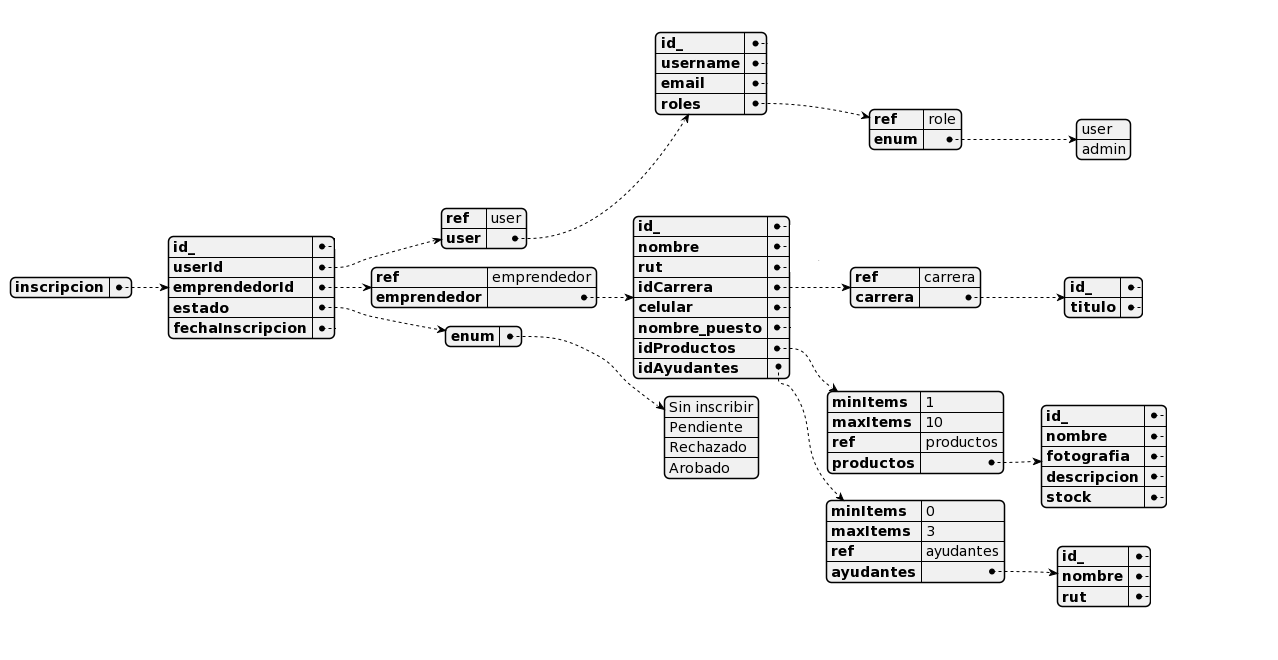
Before: backend/Diseño bdd inscripcion.png, a diagram exported from PlantUML (SanchezRene/Emprendedores-Ubb). Source of this version:
```plantuml
@startjson
!theme aws-orange
{
    "inscripcion": {
        "id_": {},
        "userId": {
            "ref": "user",
            "user": {
                "id_": {},
                "username": {},
                "email": {},
                "roles": {
                    "ref": "role",
                    "enum": [
                        "user",
                        "admin"
                    ]
                }
            }
        },
        "emprendedorId": {
            "ref": "emprendedor",
            "emprendedor": {
                "id_": {},
                "nombre": {},
                "rut": {},
                "idCarrera": {
                    "ref": "carrera",
                    "carrera": {
                        "id_": {},
                        "titulo": {}
                    }
                },
                "celular": {},
                "nombre_puesto": {},
                "idProductos": {
                    "minItems": 1,
                    "maxItems": 10,
                    "ref": "productos",
                    "productos": {
                        "id_": {},
                        "nombre": {},
                        "fotografia": {},
                        "descripcion": {},
                        "stock": {}
                    }
                },
                "idAyudantes": {
                    "minItems": 0,
                    "maxItems": 3,
                    "ref": "ayudantes",
                    "ayudantes": {
                        "id_": {},
                        "nombre": {},
                        "rut": {}
                    }
                }
            }
        },
        "estado": {
            "enum": [
                "Sin inscribir",
                "Pendiente",
                "Rechazado",
                "Arobado"
            ]
        },
        "fechaInscripcion": {}
    }

}
@endjson
```
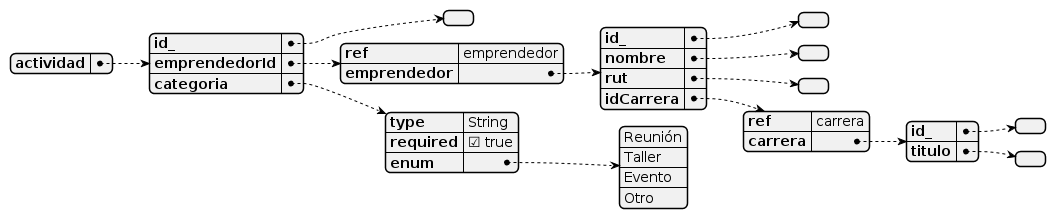
After the commit.

Commit message:
corrección modelo de productos

What changed in the source:
```diff
@@ -1,23 +1,7 @@
 @startjson
-!theme aws-orange
 {
-    "inscripcion": {
+    "actividad": {
         "id_": {},
-        "userId": {
-            "ref": "user",
-            "user": {
-                "id_": {},
-                "username": {},
-                "email": {},
-                "roles": {
-                    "ref": "role",
-                    "enum": [
-                        "user",
-                        "admin"
-                    ]
-                }
-            }
-        },
         "emprendedorId": {
             "ref": "emprendedor",
             "emprendedor": {
@@ -30,43 +14,20 @@
                         "id_": {},
                         "titulo": {}
                     }
-                },
-                "celular": {},
-                "nombre_puesto": {},
-                "idProductos": {
-                    "minItems": 1,
-                    "maxItems": 10,
-                    "ref": "productos",
-                    "productos": {
-                        "id_": {},
-                        "nombre": {},
-                        "fotografia": {},
-                        "descripcion": {},
-                        "stock": {}
-                    }
-                },
-                "idAyudantes": {
-                    "minItems": 0,
-                    "maxItems": 3,
-                    "ref": "ayudantes",
-                    "ayudantes": {
-                        "id_": {},
-                        "nombre": {},
-                        "rut": {}
-                    }
                 }
             }
         },
-        "estado": {
+        "categoria": {
+            "type": "String",
+            "required": true,
             "enum": [
-                "Sin inscribir",
-                "Pendiente",
-                "Rechazado",
-                "Arobado"
+                "Reunión",
+                "Taller",
+                "Evento",
+                "Otro"
             ]
-        },
-        "fechaInscripcion": {}
+        }
     }
+}
 
-}
 @endjson
```
